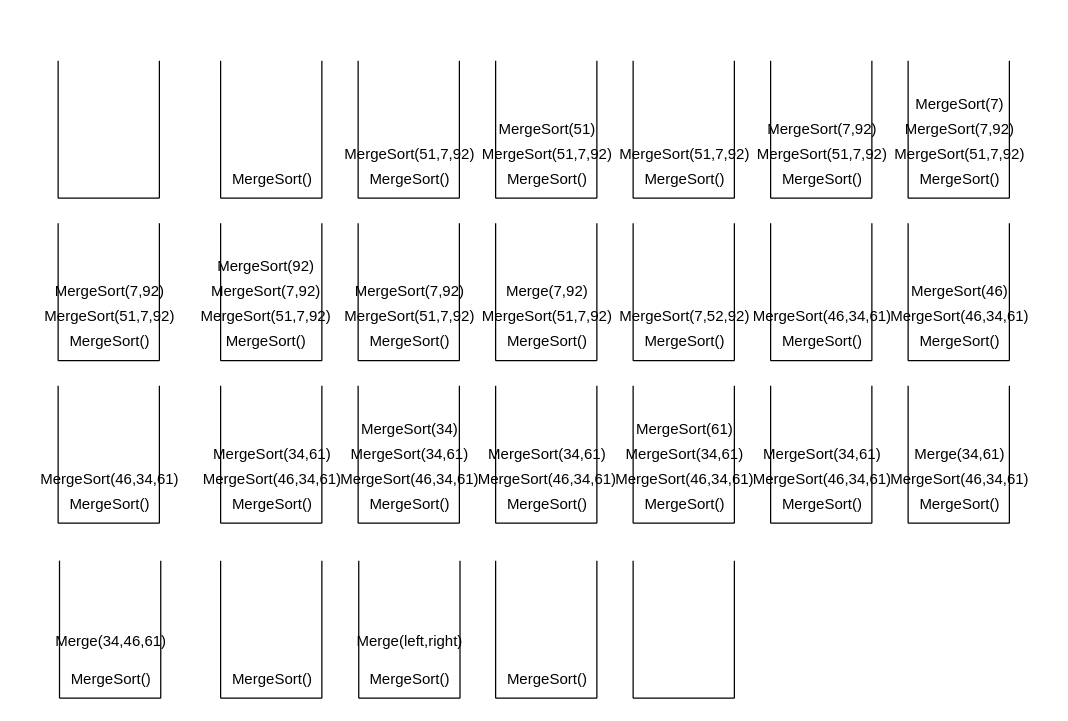
Above: Untitled Diagram.drawio in obreinx/JAYA (draw.io), before the change. Source tidied: cells renumbered, new cells numbered last; positions are measured from the earlier drawing's top-left corner, leaving out a move shared by most shapes. Both pictures are drawn from the tidied source at 125%, with x=0, y=0 at pixel (20, 60).
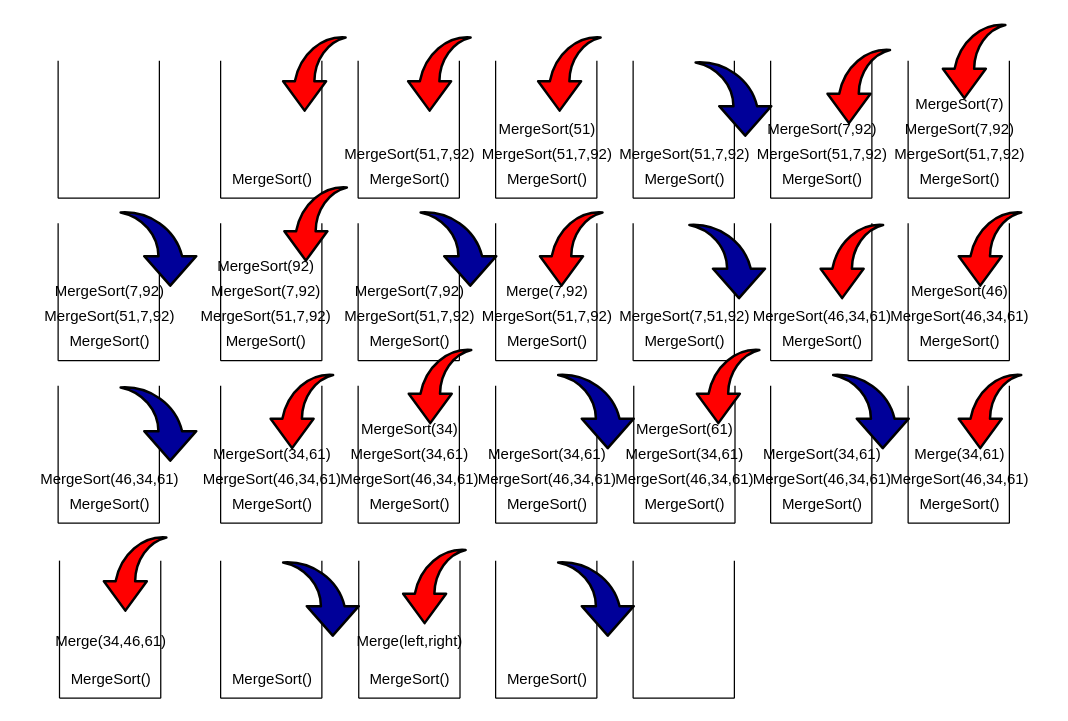
After the change.

Commit message:
call stack pop push

Unchanged cells that the change refers to:
```xml
<mxCell id="11" style="group;rotation=0;" parent="1" vertex="1">
  <mxGeometry x="270" width="105.5" height="110" as="geometry" />
</mxCell>
<mxCell id="17" style="group;rotation=0;" parent="1" vertex="1">
  <mxGeometry x="380" width="105.5" height="110" as="geometry" />
</mxCell>
<mxCell id="30" style="group;rotation=0;" parent="1" vertex="1">
  <mxGeometry x="600" width="105.5" height="110" as="geometry" />
</mxCell>
<mxCell id="37" style="group;rotation=0;" parent="1" vertex="1">
  <mxGeometry x="710" width="105.5" height="110" as="geometry" />
</mxCell>
<mxCell id="52" style="group;rotation=0;" parent="1" vertex="1">
  <mxGeometry x="160" y="130" width="101" height="110" as="geometry" />
</mxCell>
<mxCell id="67" style="group;rotation=0;" parent="1" vertex="1">
  <mxGeometry x="380" y="130" width="105.5" height="110" as="geometry" />
</mxCell>
<mxCell id="74" style="group;rotation=0;" parent="1" vertex="1">
  <mxGeometry x="490" y="130" width="105.5" height="110" as="geometry" />
</mxCell>
<mxCell id="80" style="group;rotation=0;" parent="1" vertex="1">
  <mxGeometry x="600" y="130" width="110.5" height="110" as="geometry" />
</mxCell>
<mxCell id="86" style="group;rotation=0;" parent="1" vertex="1">
  <mxGeometry x="710" y="130" width="110.5" height="110" as="geometry" />
</mxCell>
<mxCell id="93" style="group;rotation=0;" parent="1" vertex="1">
  <mxGeometry x="30" y="260" width="110.5" height="110" as="geometry" />
</mxCell>
<mxCell id="99" style="group;rotation=0;" parent="1" vertex="1">
  <mxGeometry x="160" y="260" width="110.5" height="110" as="geometry" />
</mxCell>
<mxCell id="106" style="group;rotation=0;" parent="1" vertex="1">
  <mxGeometry x="270" y="260" width="110.5" height="110" as="geometry" />
</mxCell>
<mxCell id="129" style="group;rotation=0;" parent="1" vertex="1">
  <mxGeometry x="600" y="260" width="110.5" height="110" as="geometry" />
</mxCell>
<mxCell id="136" style="group;rotation=0;" parent="1" vertex="1">
  <mxGeometry x="710" y="260" width="110.5" height="110" as="geometry" />
</mxCell>
<mxCell id="143" style="group;rotation=0;" parent="1" vertex="1">
  <mxGeometry x="31.1" y="400" width="95.5" height="110" as="geometry" />
</mxCell>
<mxCell id="154" style="group;rotation=0;" parent="1" vertex="1">
  <mxGeometry x="270.5" y="400" width="95.5" height="110" as="geometry" />
</mxCell>
```

Change to the diagram source:
```diff
@@
     <mxCell id="6" style="group;rotation=0;" parent="1" vertex="1">
-      <mxGeometry x="160" width="85.5" height="110" as="geometry" />
+      <mxGeometry x="160" width="100" height="110" as="geometry" />
     </mxCell>
@@
+    <mxCell id="169" style="shape=mxgraph.arrows.jump-in_arrow_2;html=1;verticalLabelPosition=bottom;verticalAlign=top;strokeWidth=2;strokeColor=#000000;fillColor=#FF0000;" parent="6" vertex="1">
+      <mxGeometry x="50" y="-20" width="50" height="60" as="geometry" />
+    </mxCell>
@@
+    <mxCell id="170" style="shape=mxgraph.arrows.jump-in_arrow_2;html=1;verticalLabelPosition=bottom;verticalAlign=top;strokeWidth=2;strokeColor=#000000;fillColor=#FF0000;" parent="11" vertex="1">
+      <mxGeometry x="40" y="-20" width="50" height="60" as="geometry" />
+    </mxCell>
@@
+    <mxCell id="171" style="shape=mxgraph.arrows.jump-in_arrow_2;html=1;verticalLabelPosition=bottom;verticalAlign=top;strokeWidth=2;strokeColor=#000000;fillColor=#FF0000;" parent="17" vertex="1">
+      <mxGeometry x="34" y="-20" width="50" height="60" as="geometry" />
+    </mxCell>
     <mxCell id="24" style="group;rotation=0;" parent="1" vertex="1">
-      <mxGeometry x="490" width="105.5" height="110" as="geometry" />
+      <mxGeometry x="490" width="110.5" height="110" as="geometry" />
     </mxCell>
@@
+    <mxCell id="172" style="shape=mxgraph.arrows.jump-in_arrow_1;html=1;verticalLabelPosition=bottom;verticalAlign=top;strokeWidth=2;strokeColor=#000000;fillColor=#000099;" parent="24" vertex="1">
+      <mxGeometry x="50" width="60.5" height="60" as="geometry" />
+    </mxCell>
@@
+    <mxCell id="173" style="shape=mxgraph.arrows.jump-in_arrow_2;html=1;verticalLabelPosition=bottom;verticalAlign=top;strokeWidth=2;strokeColor=#000000;fillColor=#FF0000;" parent="30" vertex="1">
+      <mxGeometry x="45.5" y="-10" width="50" height="60" as="geometry" />
+    </mxCell>
@@
+    <mxCell id="174" style="shape=mxgraph.arrows.jump-in_arrow_2;html=1;verticalLabelPosition=bottom;verticalAlign=top;strokeWidth=2;strokeColor=#000000;fillColor=#FF0000;" parent="37" vertex="1">
+      <mxGeometry x="27.8" y="-30" width="50" height="60" as="geometry" />
+    </mxCell>
     <mxCell id="45" style="group;rotation=0;" parent="1" vertex="1">
-      <mxGeometry x="30" y="130" width="105.5" height="110" as="geometry" />
+      <mxGeometry x="30" y="130" width="110.5" height="110" as="geometry" />
     </mxCell>
@@
+    <mxCell id="175" style="shape=mxgraph.arrows.jump-in_arrow_1;html=1;verticalLabelPosition=bottom;verticalAlign=top;strokeWidth=2;strokeColor=#000000;fillColor=#000099;" parent="45" vertex="1">
+      <mxGeometry x="50" y="-10" width="60.5" height="60" as="geometry" />
+    </mxCell>
@@
+    <mxCell id="176" style="shape=mxgraph.arrows.jump-in_arrow_2;html=1;verticalLabelPosition=bottom;verticalAlign=top;strokeWidth=2;strokeColor=#000000;fillColor=#FF0000;" parent="52" vertex="1">
+      <mxGeometry x="51" y="-30" width="50" height="60" as="geometry" />
+    </mxCell>
     <mxCell id="60" style="group;rotation=0;" parent="1" vertex="1">
-      <mxGeometry x="270" y="130" width="105.5" height="110" as="geometry" />
+      <mxGeometry x="270" y="130" width="110.5" height="110" as="geometry" />
     </mxCell>
@@
+    <mxCell id="177" style="shape=mxgraph.arrows.jump-in_arrow_1;html=1;verticalLabelPosition=bottom;verticalAlign=top;strokeWidth=2;strokeColor=#000000;fillColor=#000099;" parent="60" vertex="1">
+      <mxGeometry x="50" y="-10" width="60.5" height="60" as="geometry" />
+    </mxCell>
@@
+    <mxCell id="178" style="shape=mxgraph.arrows.jump-in_arrow_2;html=1;verticalLabelPosition=bottom;verticalAlign=top;strokeWidth=2;strokeColor=#000000;fillColor=#FF0000;" parent="67" vertex="1">
+      <mxGeometry x="35.5" y="-10" width="50" height="60" as="geometry" />
+    </mxCell>
@@
-    <mxCell id="79" value="MergeSort(7,52,92)" style="text;html=1;align=center;verticalAlign=middle;strokeColor=none;fillColor=none;" parent="74" vertex="1">
+    <mxCell id="79" value="MergeSort(7,51,92)" style="text;html=1;align=center;verticalAlign=middle;strokeColor=none;fillColor=none;" parent="74" vertex="1">
       <mxGeometry x="-24.5" y="60" width="130" height="30" as="geometry" />
     </mxCell>
+    <mxCell id="179" style="shape=mxgraph.arrows.jump-in_arrow_1;html=1;verticalLabelPosition=bottom;verticalAlign=top;strokeWidth=2;strokeColor=#000000;fillColor=#000099;" parent="74" vertex="1">
+      <mxGeometry x="45" width="60.5" height="60" as="geometry" />
+    </mxCell>
@@
+    <mxCell id="180" style="shape=mxgraph.arrows.jump-in_arrow_2;html=1;verticalLabelPosition=bottom;verticalAlign=top;strokeWidth=2;strokeColor=#000000;fillColor=#FF0000;" parent="80" vertex="1">
+      <mxGeometry x="40" width="50" height="60" as="geometry" />
+    </mxCell>
@@
+    <mxCell id="181" style="shape=mxgraph.arrows.jump-in_arrow_2;html=1;verticalLabelPosition=bottom;verticalAlign=top;strokeWidth=2;strokeColor=#000000;fillColor=#FF0000;" parent="86" vertex="1">
+      <mxGeometry x="40.5" y="-10" width="50" height="60" as="geometry" />
+    </mxCell>
@@
+    <mxCell id="182" style="shape=mxgraph.arrows.jump-in_arrow_1;html=1;verticalLabelPosition=bottom;verticalAlign=top;strokeWidth=2;strokeColor=#000000;fillColor=#000099;" parent="93" vertex="1">
+      <mxGeometry x="50" width="60.5" height="60" as="geometry" />
+    </mxCell>
@@
+    <mxCell id="183" style="shape=mxgraph.arrows.jump-in_arrow_2;html=1;verticalLabelPosition=bottom;verticalAlign=top;strokeWidth=2;strokeColor=#000000;fillColor=#FF0000;" parent="99" vertex="1">
+      <mxGeometry x="40" y="-10" width="50" height="60" as="geometry" />
+    </mxCell>
@@
+    <mxCell id="184" style="shape=mxgraph.arrows.jump-in_arrow_2;html=1;verticalLabelPosition=bottom;verticalAlign=top;strokeWidth=2;strokeColor=#000000;fillColor=#FF0000;" parent="106" vertex="1">
+      <mxGeometry x="40.5" y="-30" width="50" height="60" as="geometry" />
+    </mxCell>
     <mxCell id="114" style="group;rotation=0;" parent="1" vertex="1">
-      <mxGeometry x="380" y="260" width="110.5" height="110" as="geometry" />
+      <mxGeometry x="380" y="260" width="221" height="110" as="geometry" />
     </mxCell>
@@
+    <mxCell id="185" style="shape=mxgraph.arrows.jump-in_arrow_1;html=1;verticalLabelPosition=bottom;verticalAlign=top;strokeWidth=2;strokeColor=#000000;fillColor=#000099;" parent="114" vertex="1">
+      <mxGeometry x="50" y="-10" width="60.5" height="60" as="geometry" />
+    </mxCell>
-    <mxCell id="121" style="group;rotation=0;" parent="1" vertex="1">
-      <mxGeometry x="490" y="260" width="110.5" height="110" as="geometry" />
+    <mxCell id="121" style="group;rotation=0;" parent="114" vertex="1">
+      <mxGeometry x="110.5" width="110.5" height="110" as="geometry" />
     </mxCell>
@@
+    <mxCell id="186" style="shape=mxgraph.arrows.jump-in_arrow_2;html=1;verticalLabelPosition=bottom;verticalAlign=top;strokeWidth=2;strokeColor=#000000;fillColor=#FF0000;" parent="121" vertex="1">
+      <mxGeometry x="50.5" y="-30" width="50" height="60" as="geometry" />
+    </mxCell>
@@
+    <mxCell id="187" style="shape=mxgraph.arrows.jump-in_arrow_1;html=1;verticalLabelPosition=bottom;verticalAlign=top;strokeWidth=2;strokeColor=#000000;fillColor=#000099;" parent="129" vertex="1">
+      <mxGeometry x="50" y="-10" width="60.5" height="60" as="geometry" />
+    </mxCell>
@@
+    <mxCell id="188" style="shape=mxgraph.arrows.jump-in_arrow_2;html=1;verticalLabelPosition=bottom;verticalAlign=top;strokeWidth=2;strokeColor=#000000;fillColor=#FF0000;" parent="136" vertex="1">
+      <mxGeometry x="40.5" y="-10" width="50" height="60" as="geometry" />
+    </mxCell>
@@
+    <mxCell id="189" style="shape=mxgraph.arrows.jump-in_arrow_2;html=1;verticalLabelPosition=bottom;verticalAlign=top;strokeWidth=2;strokeColor=#000000;fillColor=#FF0000;" parent="143" vertex="1">
+      <mxGeometry x="35.5" y="-20" width="50" height="60" as="geometry" />
+    </mxCell>
@@
+    <mxCell id="190" style="shape=mxgraph.arrows.jump-in_arrow_2;html=1;verticalLabelPosition=bottom;verticalAlign=top;strokeWidth=2;strokeColor=#000000;fillColor=#FF0000;" parent="154" vertex="1">
+      <mxGeometry x="35.5" y="-10" width="50" height="60" as="geometry" />
+    </mxCell>
     <mxCell id="160" style="group;rotation=0;" parent="1" vertex="1">
-      <mxGeometry x="380" y="400" width="85.5" height="110" as="geometry" />
+      <mxGeometry x="380" y="400" width="110.5" height="110" as="geometry" />
     </mxCell>
@@
+    <mxCell id="191" style="shape=mxgraph.arrows.jump-in_arrow_1;html=1;verticalLabelPosition=bottom;verticalAlign=top;strokeWidth=2;strokeColor=#000000;fillColor=#000099;" parent="160" vertex="1">
+      <mxGeometry x="50" width="60.5" height="60" as="geometry" />
+    </mxCell>
@@
+    <mxCell id="192" style="shape=mxgraph.arrows.jump-in_arrow_1;html=1;verticalLabelPosition=bottom;verticalAlign=top;strokeWidth=2;strokeColor=#000000;fillColor=#000099;" parent="1" vertex="1">
+      <mxGeometry x="210" y="400" width="60.5" height="60" as="geometry" />
+    </mxCell>
```
